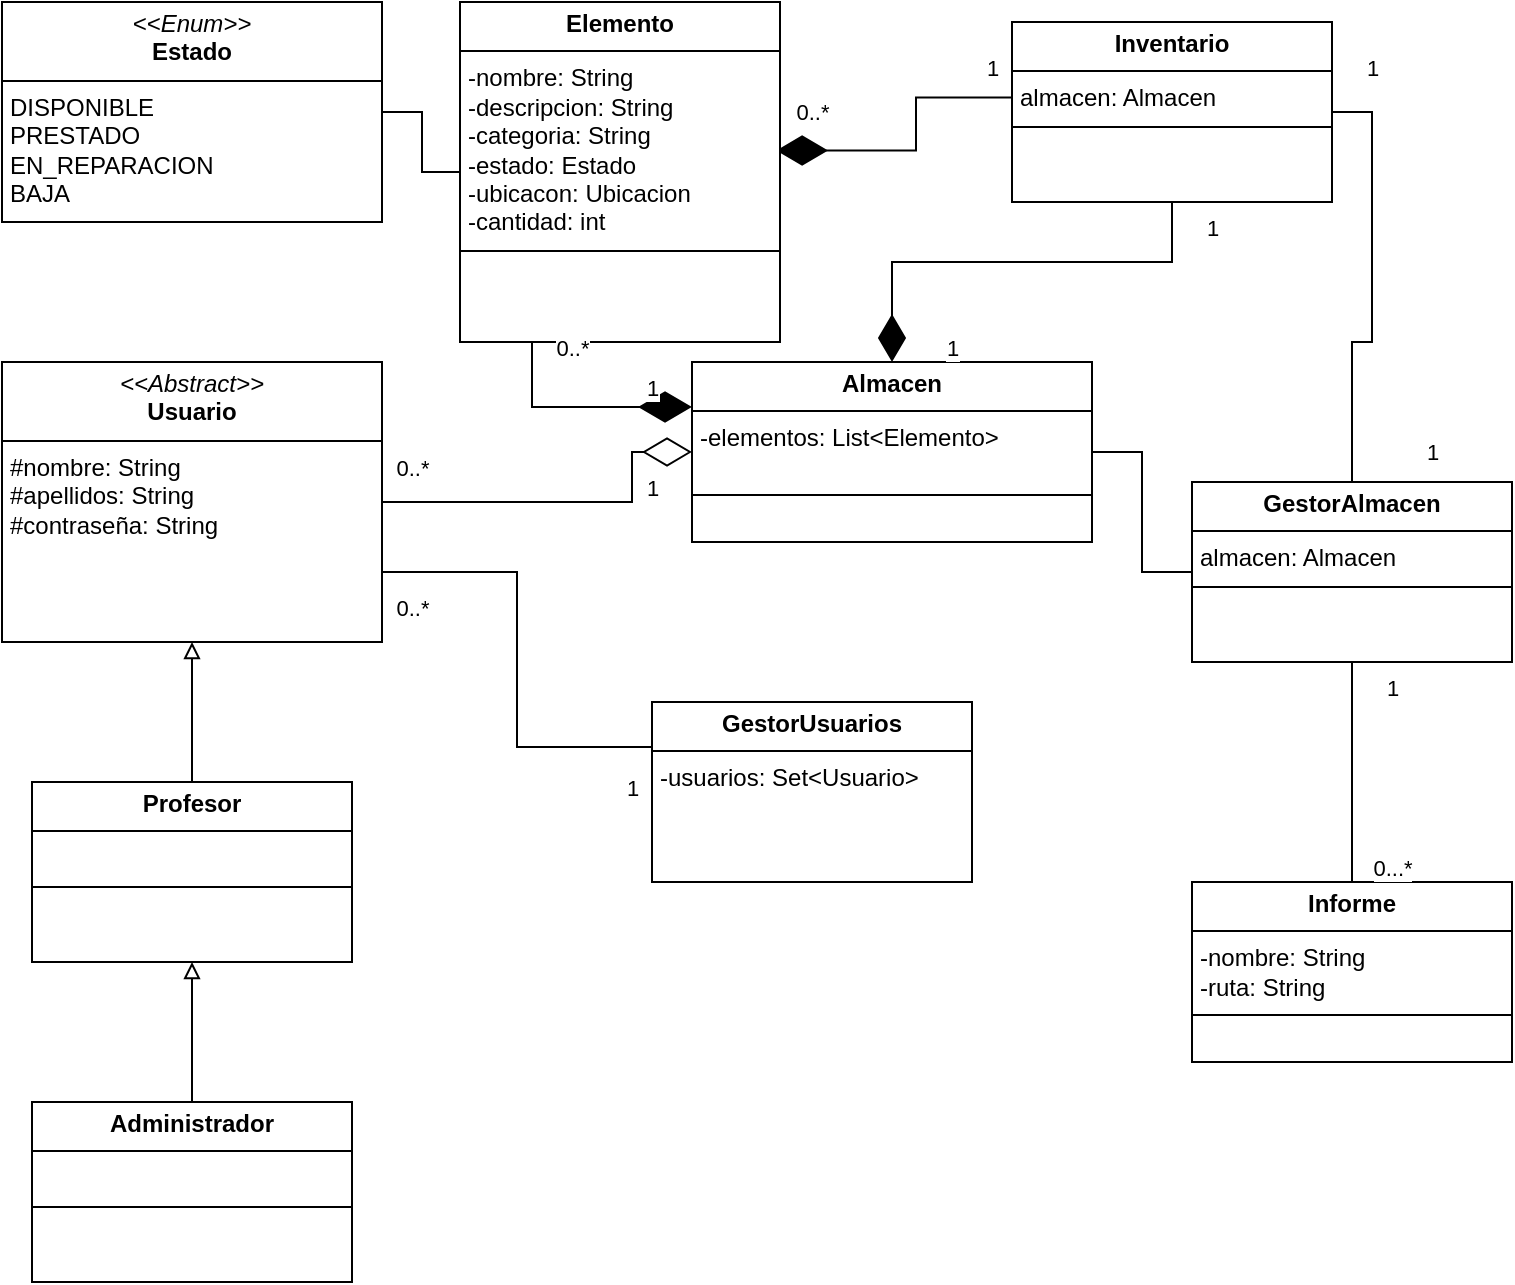
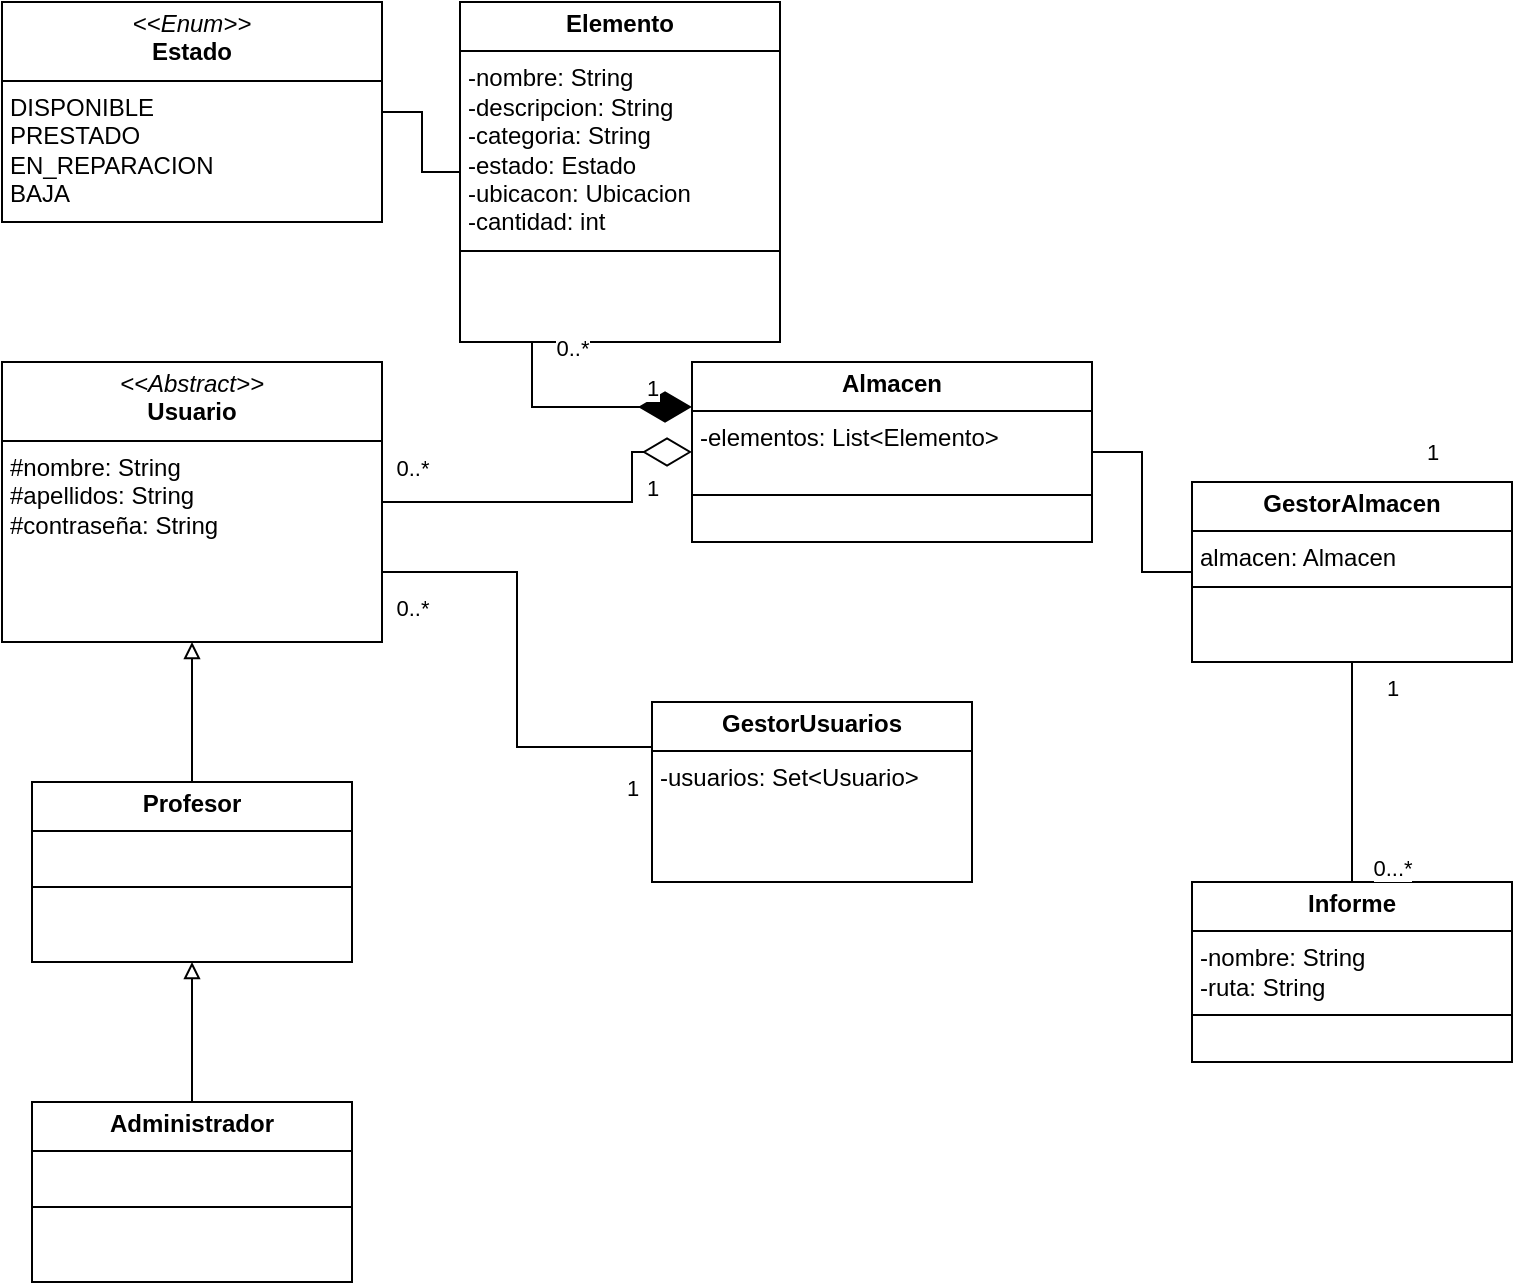
<mxfile host="Electron" agent="Mozilla/5.0 (Windows NT 10.0; Win64; x64) AppleWebKit/537.36 (KHTML, like Gecko) draw.io/27.0.9 Chrome/134.0.6998.205 Electron/35.4.0 Safari/537.36" version="27.0.9">
  <diagram name="Página-1" id="TcyikMFCeleIYH7PnGYs">
-     <mxGraphModel dx="768" dy="722" grid="1" gridSize="10" guides="1" tooltips="1" connect="1" arrows="1" fold="1" page="1" pageScale="1" pageWidth="827" pageHeight="1169" math="0" shadow="0">
+     <mxGraphModel dx="1426" dy="841" grid="1" gridSize="10" guides="1" tooltips="1" connect="1" arrows="1" fold="1" page="1" pageScale="1" pageWidth="827" pageHeight="1169" math="0" shadow="0">
      <root>
        <mxCell id="0" />
        <mxCell id="1" parent="0" />
        <mxCell id="zlNG7Gkw8yNjDqdYWN0c-17" style="edgeStyle=orthogonalEdgeStyle;shape=connector;rounded=0;orthogonalLoop=1;jettySize=auto;html=1;exitX=1;exitY=0.5;exitDx=0;exitDy=0;entryX=0;entryY=0.5;entryDx=0;entryDy=0;strokeColor=default;align=center;verticalAlign=middle;fontFamily=Helvetica;fontSize=11;fontColor=default;labelBackgroundColor=default;endArrow=none;endFill=0;" parent="1" source="zlNG7Gkw8yNjDqdYWN0c-1" target="zlNG7Gkw8yNjDqdYWN0c-8" edge="1">
          <mxGeometry relative="1" as="geometry" />
        </mxCell>
        <mxCell id="zlNG7Gkw8yNjDqdYWN0c-1" value="&lt;p style=&quot;margin:0px;margin-top:4px;text-align:center;&quot;&gt;&lt;b&gt;Almacen&lt;/b&gt;&lt;/p&gt;&lt;hr size=&quot;1&quot; style=&quot;border-style:solid;&quot;&gt;&lt;p style=&quot;margin:0px;margin-left:4px;&quot;&gt;-elementos: List&amp;lt;Elemento&amp;gt;&lt;/p&gt;&lt;p style=&quot;margin:0px;margin-left:4px;&quot;&gt;&lt;br&gt;&lt;/p&gt;&lt;hr size=&quot;1&quot; style=&quot;border-style:solid;&quot;&gt;&lt;p style=&quot;margin:0px;margin-left:4px;&quot;&gt;&lt;br&gt;&lt;/p&gt;" style="verticalAlign=top;align=left;overflow=fill;html=1;whiteSpace=wrap;" parent="1" vertex="1">
          <mxGeometry x="370" y="210" width="200" height="90" as="geometry" />
        </mxCell>
        <mxCell id="zlNG7Gkw8yNjDqdYWN0c-19" style="edgeStyle=orthogonalEdgeStyle;shape=connector;rounded=0;orthogonalLoop=1;jettySize=auto;html=1;exitX=1;exitY=0.75;exitDx=0;exitDy=0;entryX=0;entryY=0.25;entryDx=0;entryDy=0;strokeColor=default;align=center;verticalAlign=middle;fontFamily=Helvetica;fontSize=11;fontColor=default;labelBackgroundColor=default;endArrow=none;endFill=0;" parent="1" source="zlNG7Gkw8yNjDqdYWN0c-2" target="zlNG7Gkw8yNjDqdYWN0c-11" edge="1">
          <mxGeometry relative="1" as="geometry" />
        </mxCell>
        <mxCell id="zlNG7Gkw8yNjDqdYWN0c-21" style="edgeStyle=orthogonalEdgeStyle;shape=connector;rounded=0;orthogonalLoop=1;jettySize=auto;html=1;exitX=1;exitY=0.5;exitDx=0;exitDy=0;entryX=0;entryY=0.5;entryDx=0;entryDy=0;strokeColor=default;align=center;verticalAlign=middle;fontFamily=Helvetica;fontSize=11;fontColor=default;labelBackgroundColor=default;endArrow=diamondThin;endFill=0;endSize=22;" parent="1" source="zlNG7Gkw8yNjDqdYWN0c-2" target="zlNG7Gkw8yNjDqdYWN0c-1" edge="1">
          <mxGeometry relative="1" as="geometry">
            <Array as="points">
              <mxPoint x="340" y="280" />
              <mxPoint x="340" y="255" />
            </Array>
          </mxGeometry>
        </mxCell>
        <mxCell id="zlNG7Gkw8yNjDqdYWN0c-2" value="&lt;p style=&quot;margin:0px;margin-top:4px;text-align:center;&quot;&gt;&lt;i&gt;&amp;lt;&amp;lt;Abstract&amp;gt;&amp;gt;&lt;/i&gt;&lt;br&gt;&lt;b&gt;Usuario&lt;/b&gt;&lt;/p&gt;&lt;hr size=&quot;1&quot; style=&quot;border-style:solid;&quot;&gt;&lt;p style=&quot;margin:0px;margin-left:4px;&quot;&gt;#nombre: String&lt;/p&gt;&lt;p style=&quot;margin:0px;margin-left:4px;&quot;&gt;#apellidos: String&lt;/p&gt;&lt;p style=&quot;margin:0px;margin-left:4px;&quot;&gt;&lt;/p&gt;&lt;p style=&quot;margin:0px;margin-left:4px;&quot;&gt;#contraseña: String&lt;/p&gt;" style="verticalAlign=top;align=left;overflow=fill;html=1;whiteSpace=wrap;" parent="1" vertex="1">
          <mxGeometry x="25" y="210" width="190" height="140" as="geometry" />
        </mxCell>
        <mxCell id="zlNG7Gkw8yNjDqdYWN0c-6" style="edgeStyle=orthogonalEdgeStyle;shape=connector;rounded=0;orthogonalLoop=1;jettySize=auto;html=1;entryX=0.5;entryY=1;entryDx=0;entryDy=0;strokeColor=default;align=center;verticalAlign=middle;fontFamily=Helvetica;fontSize=11;fontColor=default;labelBackgroundColor=default;endArrow=block;endFill=0;" parent="1" source="zlNG7Gkw8yNjDqdYWN0c-3" target="zlNG7Gkw8yNjDqdYWN0c-2" edge="1">
          <mxGeometry relative="1" as="geometry" />
        </mxCell>
        <mxCell id="zlNG7Gkw8yNjDqdYWN0c-3" value="&lt;p style=&quot;margin:0px;margin-top:4px;text-align:center;&quot;&gt;&lt;b&gt;Profesor&lt;/b&gt;&lt;/p&gt;&lt;hr size=&quot;1&quot; style=&quot;border-style:solid;&quot;&gt;&lt;p style=&quot;margin:0px;margin-left:4px;&quot;&gt;&lt;br&gt;&lt;/p&gt;&lt;hr size=&quot;1&quot; style=&quot;border-style:solid;&quot;&gt;&lt;p style=&quot;margin:0px;margin-left:4px;&quot;&gt;&lt;br&gt;&lt;/p&gt;" style="verticalAlign=top;align=left;overflow=fill;html=1;whiteSpace=wrap;" parent="1" vertex="1">
          <mxGeometry x="40" y="420" width="160" height="90" as="geometry" />
        </mxCell>
        <mxCell id="zlNG7Gkw8yNjDqdYWN0c-5" style="edgeStyle=orthogonalEdgeStyle;rounded=0;orthogonalLoop=1;jettySize=auto;html=1;entryX=0.5;entryY=1;entryDx=0;entryDy=0;endArrow=block;endFill=0;" parent="1" source="zlNG7Gkw8yNjDqdYWN0c-4" target="zlNG7Gkw8yNjDqdYWN0c-3" edge="1">
          <mxGeometry relative="1" as="geometry" />
        </mxCell>
        <mxCell id="zlNG7Gkw8yNjDqdYWN0c-4" value="&lt;p style=&quot;margin:0px;margin-top:4px;text-align:center;&quot;&gt;&lt;b&gt;Administrador&lt;/b&gt;&lt;/p&gt;&lt;hr size=&quot;1&quot; style=&quot;border-style:solid;&quot;&gt;&lt;p style=&quot;margin:0px;margin-left:4px;&quot;&gt;&lt;br&gt;&lt;/p&gt;&lt;hr size=&quot;1&quot; style=&quot;border-style:solid;&quot;&gt;&lt;p style=&quot;margin:0px;margin-left:4px;&quot;&gt;&lt;br&gt;&lt;/p&gt;" style="verticalAlign=top;align=left;overflow=fill;html=1;whiteSpace=wrap;" parent="1" vertex="1">
          <mxGeometry x="40" y="580" width="160" height="90" as="geometry" />
        </mxCell>
        <mxCell id="zlNG7Gkw8yNjDqdYWN0c-7" value="&lt;p style=&quot;margin:0px;margin-top:4px;text-align:center;&quot;&gt;&lt;b&gt;Informe&lt;/b&gt;&lt;/p&gt;&lt;hr size=&quot;1&quot; style=&quot;border-style:solid;&quot;&gt;&lt;p style=&quot;margin:0px;margin-left:4px;&quot;&gt;-nombre: String&lt;/p&gt;&lt;p style=&quot;margin:0px;margin-left:4px;&quot;&gt;-ruta: String&lt;/p&gt;&lt;hr size=&quot;1&quot; style=&quot;border-style:solid;&quot;&gt;&lt;p style=&quot;margin:0px;margin-left:4px;&quot;&gt;&lt;br&gt;&lt;/p&gt;" style="verticalAlign=top;align=left;overflow=fill;html=1;whiteSpace=wrap;" parent="1" vertex="1">
          <mxGeometry x="620" y="470" width="160" height="90" as="geometry" />
        </mxCell>
        <mxCell id="zlNG7Gkw8yNjDqdYWN0c-18" style="edgeStyle=orthogonalEdgeStyle;shape=connector;rounded=0;orthogonalLoop=1;jettySize=auto;html=1;exitX=0.5;exitY=1;exitDx=0;exitDy=0;entryX=0.5;entryY=0;entryDx=0;entryDy=0;strokeColor=default;align=center;verticalAlign=middle;fontFamily=Helvetica;fontSize=11;fontColor=default;labelBackgroundColor=default;endArrow=none;endFill=0;" parent="1" source="zlNG7Gkw8yNjDqdYWN0c-8" target="zlNG7Gkw8yNjDqdYWN0c-7" edge="1">
          <mxGeometry relative="1" as="geometry" />
        </mxCell>
        <mxCell id="zlNG7Gkw8yNjDqdYWN0c-8" value="&lt;p style=&quot;margin:0px;margin-top:4px;text-align:center;&quot;&gt;&lt;b&gt;GestorAlmacen&lt;/b&gt;&lt;/p&gt;&lt;hr size=&quot;1&quot; style=&quot;border-style:solid;&quot;&gt;&lt;p style=&quot;margin:0px;margin-left:4px;&quot;&gt;almacen: Almacen&lt;/p&gt;&lt;hr size=&quot;1&quot; style=&quot;border-style:solid;&quot;&gt;&lt;p style=&quot;margin:0px;margin-left:4px;&quot;&gt;&lt;br&gt;&lt;/p&gt;" style="verticalAlign=top;align=left;overflow=fill;html=1;whiteSpace=wrap;" parent="1" vertex="1">
          <mxGeometry x="620" y="270" width="160" height="90" as="geometry" />
        </mxCell>
-         <mxCell id="zlNG7Gkw8yNjDqdYWN0c-15" style="edgeStyle=orthogonalEdgeStyle;shape=connector;rounded=0;orthogonalLoop=1;jettySize=auto;html=1;entryX=0.5;entryY=0;entryDx=0;entryDy=0;strokeColor=default;align=center;verticalAlign=middle;fontFamily=Helvetica;fontSize=11;fontColor=default;labelBackgroundColor=default;endArrow=diamondThin;endFill=1;strokeWidth=1;endSize=21;" parent="1" source="zlNG7Gkw8yNjDqdYWN0c-10" target="zlNG7Gkw8yNjDqdYWN0c-1" edge="1">
-           <mxGeometry relative="1" as="geometry" />
-         </mxCell>
-         <mxCell id="zlNG7Gkw8yNjDqdYWN0c-22" style="edgeStyle=orthogonalEdgeStyle;shape=connector;rounded=0;orthogonalLoop=1;jettySize=auto;html=1;exitX=1;exitY=0.5;exitDx=0;exitDy=0;entryX=0.5;entryY=0;entryDx=0;entryDy=0;strokeColor=default;align=center;verticalAlign=middle;fontFamily=Helvetica;fontSize=11;fontColor=default;labelBackgroundColor=default;endArrow=none;endFill=0;" parent="1" source="zlNG7Gkw8yNjDqdYWN0c-10" target="zlNG7Gkw8yNjDqdYWN0c-8" edge="1">
-           <mxGeometry relative="1" as="geometry" />
-         </mxCell>
-         <mxCell id="zlNG7Gkw8yNjDqdYWN0c-10" value="&lt;p style=&quot;margin:0px;margin-top:4px;text-align:center;&quot;&gt;&lt;b&gt;Inventario&lt;/b&gt;&lt;/p&gt;&lt;hr size=&quot;1&quot; style=&quot;border-style:solid;&quot;&gt;&lt;p style=&quot;margin:0px;margin-left:4px;&quot;&gt;almacen: Almacen&lt;/p&gt;&lt;hr size=&quot;1&quot; style=&quot;border-style:solid;&quot;&gt;&lt;p style=&quot;margin:0px;margin-left:4px;&quot;&gt;&lt;br&gt;&lt;/p&gt;" style="verticalAlign=top;align=left;overflow=fill;html=1;whiteSpace=wrap;" parent="1" vertex="1">
-           <mxGeometry x="530" y="40" width="160" height="90" as="geometry" />
-         </mxCell>
        <mxCell id="zlNG7Gkw8yNjDqdYWN0c-11" value="&lt;p style=&quot;margin:0px;margin-top:4px;text-align:center;&quot;&gt;&lt;b&gt;GestorUsuarios&lt;/b&gt;&lt;/p&gt;&lt;hr size=&quot;1&quot; style=&quot;border-style:solid;&quot;&gt;&lt;p style=&quot;margin:0px;margin-left:4px;&quot;&gt;-usuarios: Set&amp;lt;Usuario&amp;gt;&lt;/p&gt;" style="verticalAlign=top;align=left;overflow=fill;html=1;whiteSpace=wrap;" parent="1" vertex="1">
          <mxGeometry x="350" y="380" width="160" height="90" as="geometry" />
-         </mxCell>
-         <mxCell id="zlNG7Gkw8yNjDqdYWN0c-14" style="edgeStyle=orthogonalEdgeStyle;shape=connector;rounded=0;orthogonalLoop=1;jettySize=auto;html=1;strokeColor=default;align=center;verticalAlign=middle;fontFamily=Helvetica;fontSize=11;fontColor=default;labelBackgroundColor=default;endArrow=diamondThin;endFill=1;endSize=23;entryX=0.988;entryY=0.437;entryDx=0;entryDy=0;entryPerimeter=0;exitX=-0.003;exitY=0.419;exitDx=0;exitDy=0;exitPerimeter=0;" parent="1" source="zlNG7Gkw8yNjDqdYWN0c-10" target="zlNG7Gkw8yNjDqdYWN0c-12" edge="1">
-           <mxGeometry relative="1" as="geometry">
-             <mxPoint x="480" y="50" as="sourcePoint" />
-           </mxGeometry>
        </mxCell>
        <mxCell id="zlNG7Gkw8yNjDqdYWN0c-20" style="edgeStyle=orthogonalEdgeStyle;shape=connector;rounded=0;orthogonalLoop=1;jettySize=auto;html=1;exitX=1;exitY=0.75;exitDx=0;exitDy=0;entryX=0;entryY=0.25;entryDx=0;entryDy=0;strokeColor=default;align=center;verticalAlign=middle;fontFamily=Helvetica;fontSize=11;fontColor=default;labelBackgroundColor=default;endArrow=diamondThin;endFill=1;endSize=24;" parent="1" source="zlNG7Gkw8yNjDqdYWN0c-12" target="zlNG7Gkw8yNjDqdYWN0c-1" edge="1">
          <mxGeometry relative="1" as="geometry">
            <Array as="points">
              <mxPoint x="290" y="108" />
              <mxPoint x="290" y="233" />
            </Array>
          </mxGeometry>
        </mxCell>
        <mxCell id="zlNG7Gkw8yNjDqdYWN0c-12" value="&lt;p style=&quot;margin:0px;margin-top:4px;text-align:center;&quot;&gt;&lt;b&gt;Elemento&lt;/b&gt;&lt;/p&gt;&lt;hr size=&quot;1&quot; style=&quot;border-style:solid;&quot;&gt;&lt;p style=&quot;margin:0px;margin-left:4px;&quot;&gt;-nombre: String&amp;nbsp;&lt;/p&gt;&lt;p style=&quot;margin:0px;margin-left:4px;&quot;&gt;-descripcion: String&lt;/p&gt;&lt;p style=&quot;margin:0px;margin-left:4px;&quot;&gt;-categoria: String&lt;/p&gt;&lt;p style=&quot;margin:0px;margin-left:4px;&quot;&gt;-estado: Estado&lt;/p&gt;&lt;p style=&quot;margin:0px;margin-left:4px;&quot;&gt;-ubicacon: Ubicacion&lt;/p&gt;&lt;p style=&quot;margin:0px;margin-left:4px;&quot;&gt;-cantidad: int&lt;/p&gt;&lt;hr size=&quot;1&quot; style=&quot;border-style:solid;&quot;&gt;&lt;p style=&quot;margin:0px;margin-left:4px;&quot;&gt;&lt;br&gt;&lt;/p&gt;" style="verticalAlign=top;align=left;overflow=fill;html=1;whiteSpace=wrap;" parent="1" vertex="1">
          <mxGeometry x="254" y="30" width="160" height="170" as="geometry" />
        </mxCell>
        <mxCell id="zlNG7Gkw8yNjDqdYWN0c-24" style="edgeStyle=orthogonalEdgeStyle;shape=connector;rounded=0;orthogonalLoop=1;jettySize=auto;html=1;entryX=0;entryY=0.5;entryDx=0;entryDy=0;strokeColor=default;align=center;verticalAlign=middle;fontFamily=Helvetica;fontSize=11;fontColor=default;labelBackgroundColor=default;endArrow=none;endFill=0;" parent="1" source="zlNG7Gkw8yNjDqdYWN0c-23" target="zlNG7Gkw8yNjDqdYWN0c-12" edge="1">
          <mxGeometry relative="1" as="geometry" />
        </mxCell>
        <mxCell id="zlNG7Gkw8yNjDqdYWN0c-23" value="&lt;p style=&quot;margin:0px;margin-top:4px;text-align:center;&quot;&gt;&lt;i&gt;&amp;lt;&amp;lt;Enum&amp;gt;&amp;gt;&lt;/i&gt;&lt;br&gt;&lt;b&gt;Estado&lt;/b&gt;&lt;/p&gt;&lt;hr size=&quot;1&quot; style=&quot;border-style:solid;&quot;&gt;&lt;p style=&quot;margin:0px;margin-left:4px;&quot;&gt;DISPONIBLE&lt;/p&gt;&lt;p style=&quot;margin:0px;margin-left:4px;&quot;&gt;PRESTADO&lt;/p&gt;&lt;p style=&quot;margin:0px;margin-left:4px;&quot;&gt;EN_REPARACION&lt;/p&gt;&lt;p style=&quot;margin:0px;margin-left:4px;&quot;&gt;BAJA&lt;br&gt;&lt;br&gt;&lt;/p&gt;" style="verticalAlign=top;align=left;overflow=fill;html=1;whiteSpace=wrap;" parent="1" vertex="1">
          <mxGeometry x="25" y="30" width="190" height="110" as="geometry" />
        </mxCell>
-         <mxCell id="XgDO8XYOS-DKICzPd_4A-3" value="1" style="text;html=1;align=center;verticalAlign=middle;resizable=0;points=[];autosize=1;strokeColor=none;fillColor=none;fontFamily=Helvetica;fontSize=11;fontColor=default;labelBackgroundColor=default;" vertex="1" parent="1">
+         <mxCell id="XgDO8XYOS-DKICzPd_4A-3" value="1" style="text;html=1;align=center;verticalAlign=middle;resizable=0;points=[];autosize=1;strokeColor=none;fillColor=none;fontFamily=Helvetica;fontSize=11;fontColor=default;labelBackgroundColor=default;" parent="1" vertex="1">
          <mxGeometry x="705" y="358" width="30" height="30" as="geometry" />
        </mxCell>
-         <mxCell id="XgDO8XYOS-DKICzPd_4A-4" value="0...*" style="text;html=1;align=center;verticalAlign=middle;resizable=0;points=[];autosize=1;strokeColor=none;fillColor=none;fontFamily=Helvetica;fontSize=11;fontColor=default;labelBackgroundColor=default;" vertex="1" parent="1">
+         <mxCell id="XgDO8XYOS-DKICzPd_4A-4" value="0...*" style="text;html=1;align=center;verticalAlign=middle;resizable=0;points=[];autosize=1;strokeColor=none;fillColor=none;fontFamily=Helvetica;fontSize=11;fontColor=default;labelBackgroundColor=default;" parent="1" vertex="1">
          <mxGeometry x="700" y="448" width="40" height="30" as="geometry" />
        </mxCell>
-         <mxCell id="XgDO8XYOS-DKICzPd_4A-5" value="1" style="text;html=1;align=center;verticalAlign=middle;resizable=0;points=[];autosize=1;strokeColor=none;fillColor=none;fontFamily=Helvetica;fontSize=11;fontColor=default;labelBackgroundColor=default;" vertex="1" parent="1">
-           <mxGeometry x="695" y="48" width="30" height="30" as="geometry" />
-         </mxCell>
-         <mxCell id="XgDO8XYOS-DKICzPd_4A-6" value="1" style="text;html=1;align=center;verticalAlign=middle;resizable=0;points=[];autosize=1;strokeColor=none;fillColor=none;fontFamily=Helvetica;fontSize=11;fontColor=default;labelBackgroundColor=default;" vertex="1" parent="1">
+         <mxCell id="XgDO8XYOS-DKICzPd_4A-6" value="1" style="text;html=1;align=center;verticalAlign=middle;resizable=0;points=[];autosize=1;strokeColor=none;fillColor=none;fontFamily=Helvetica;fontSize=11;fontColor=default;labelBackgroundColor=default;" parent="1" vertex="1">
          <mxGeometry x="725" y="240" width="30" height="30" as="geometry" />
        </mxCell>
-         <mxCell id="XgDO8XYOS-DKICzPd_4A-7" value="1" style="text;html=1;align=center;verticalAlign=middle;resizable=0;points=[];autosize=1;strokeColor=none;fillColor=none;fontFamily=Helvetica;fontSize=11;fontColor=default;labelBackgroundColor=default;" vertex="1" parent="1">
-           <mxGeometry x="485" y="188" width="30" height="30" as="geometry" />
-         </mxCell>
-         <mxCell id="XgDO8XYOS-DKICzPd_4A-8" value="1" style="text;html=1;align=center;verticalAlign=middle;resizable=0;points=[];autosize=1;strokeColor=none;fillColor=none;fontFamily=Helvetica;fontSize=11;fontColor=default;labelBackgroundColor=default;" vertex="1" parent="1">
-           <mxGeometry x="615" y="128" width="30" height="30" as="geometry" />
-         </mxCell>
-         <mxCell id="XgDO8XYOS-DKICzPd_4A-9" value="0..*" style="text;html=1;align=center;verticalAlign=middle;resizable=0;points=[];autosize=1;strokeColor=none;fillColor=none;fontFamily=Helvetica;fontSize=11;fontColor=default;labelBackgroundColor=default;" vertex="1" parent="1">
-           <mxGeometry x="410" y="70" width="40" height="30" as="geometry" />
-         </mxCell>
-         <mxCell id="XgDO8XYOS-DKICzPd_4A-10" value="1" style="text;html=1;align=center;verticalAlign=middle;resizable=0;points=[];autosize=1;strokeColor=none;fillColor=none;fontFamily=Helvetica;fontSize=11;fontColor=default;labelBackgroundColor=default;" vertex="1" parent="1">
-           <mxGeometry x="505" y="48" width="30" height="30" as="geometry" />
-         </mxCell>
-         <mxCell id="XgDO8XYOS-DKICzPd_4A-11" value="0..*" style="text;html=1;align=center;verticalAlign=middle;resizable=0;points=[];autosize=1;strokeColor=none;fillColor=none;fontFamily=Helvetica;fontSize=11;fontColor=default;labelBackgroundColor=default;" vertex="1" parent="1">
+         <mxCell id="XgDO8XYOS-DKICzPd_4A-11" value="0..*" style="text;html=1;align=center;verticalAlign=middle;resizable=0;points=[];autosize=1;strokeColor=none;fillColor=none;fontFamily=Helvetica;fontSize=11;fontColor=default;labelBackgroundColor=default;" parent="1" vertex="1">
          <mxGeometry x="210" y="318" width="40" height="30" as="geometry" />
        </mxCell>
-         <mxCell id="XgDO8XYOS-DKICzPd_4A-12" value="1" style="text;html=1;align=center;verticalAlign=middle;resizable=0;points=[];autosize=1;strokeColor=none;fillColor=none;fontFamily=Helvetica;fontSize=11;fontColor=default;labelBackgroundColor=default;" vertex="1" parent="1">
+         <mxCell id="XgDO8XYOS-DKICzPd_4A-12" value="1" style="text;html=1;align=center;verticalAlign=middle;resizable=0;points=[];autosize=1;strokeColor=none;fillColor=none;fontFamily=Helvetica;fontSize=11;fontColor=default;labelBackgroundColor=default;" parent="1" vertex="1">
          <mxGeometry x="325" y="408" width="30" height="30" as="geometry" />
        </mxCell>
-         <mxCell id="XgDO8XYOS-DKICzPd_4A-13" value="1" style="text;html=1;align=center;verticalAlign=middle;resizable=0;points=[];autosize=1;strokeColor=none;fillColor=none;fontFamily=Helvetica;fontSize=11;fontColor=default;labelBackgroundColor=default;" vertex="1" parent="1">
+         <mxCell id="XgDO8XYOS-DKICzPd_4A-13" value="1" style="text;html=1;align=center;verticalAlign=middle;resizable=0;points=[];autosize=1;strokeColor=none;fillColor=none;fontFamily=Helvetica;fontSize=11;fontColor=default;labelBackgroundColor=default;" parent="1" vertex="1">
          <mxGeometry x="335" y="258" width="30" height="30" as="geometry" />
        </mxCell>
-         <mxCell id="XgDO8XYOS-DKICzPd_4A-14" value="0..*" style="text;html=1;align=center;verticalAlign=middle;resizable=0;points=[];autosize=1;strokeColor=none;fillColor=none;fontFamily=Helvetica;fontSize=11;fontColor=default;labelBackgroundColor=default;" vertex="1" parent="1">
+         <mxCell id="XgDO8XYOS-DKICzPd_4A-14" value="0..*" style="text;html=1;align=center;verticalAlign=middle;resizable=0;points=[];autosize=1;strokeColor=none;fillColor=none;fontFamily=Helvetica;fontSize=11;fontColor=default;labelBackgroundColor=default;" parent="1" vertex="1">
          <mxGeometry x="210" y="248" width="40" height="30" as="geometry" />
        </mxCell>
-         <mxCell id="XgDO8XYOS-DKICzPd_4A-15" value="0..*" style="text;html=1;align=center;verticalAlign=middle;resizable=0;points=[];autosize=1;strokeColor=none;fillColor=none;fontFamily=Helvetica;fontSize=11;fontColor=default;labelBackgroundColor=default;" vertex="1" parent="1">
+         <mxCell id="XgDO8XYOS-DKICzPd_4A-15" value="0..*" style="text;html=1;align=center;verticalAlign=middle;resizable=0;points=[];autosize=1;strokeColor=none;fillColor=none;fontFamily=Helvetica;fontSize=11;fontColor=default;labelBackgroundColor=default;" parent="1" vertex="1">
          <mxGeometry x="290" y="188" width="40" height="30" as="geometry" />
        </mxCell>
-         <mxCell id="XgDO8XYOS-DKICzPd_4A-16" value="1" style="text;html=1;align=center;verticalAlign=middle;resizable=0;points=[];autosize=1;strokeColor=none;fillColor=none;fontFamily=Helvetica;fontSize=11;fontColor=default;labelBackgroundColor=default;" vertex="1" parent="1">
+         <mxCell id="XgDO8XYOS-DKICzPd_4A-16" value="1" style="text;html=1;align=center;verticalAlign=middle;resizable=0;points=[];autosize=1;strokeColor=none;fillColor=none;fontFamily=Helvetica;fontSize=11;fontColor=default;labelBackgroundColor=default;" parent="1" vertex="1">
          <mxGeometry x="335" y="208" width="30" height="30" as="geometry" />
        </mxCell>
      </root>
    </mxGraphModel>
  </diagram>
</mxfile>
